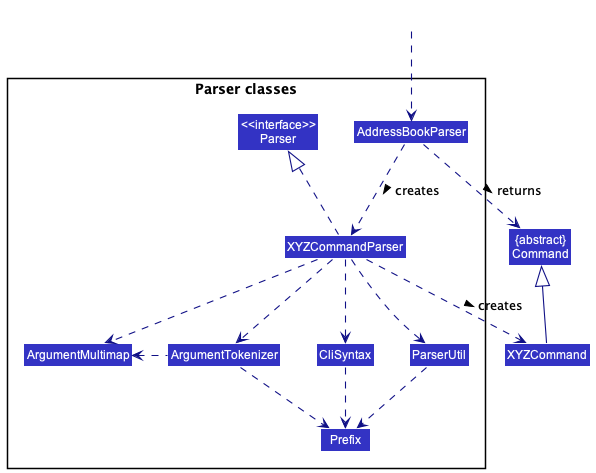
Earlier version of the PlantUML export docs/images/ParserClasses.png (nus-cs2103-AY2223S1/tp).
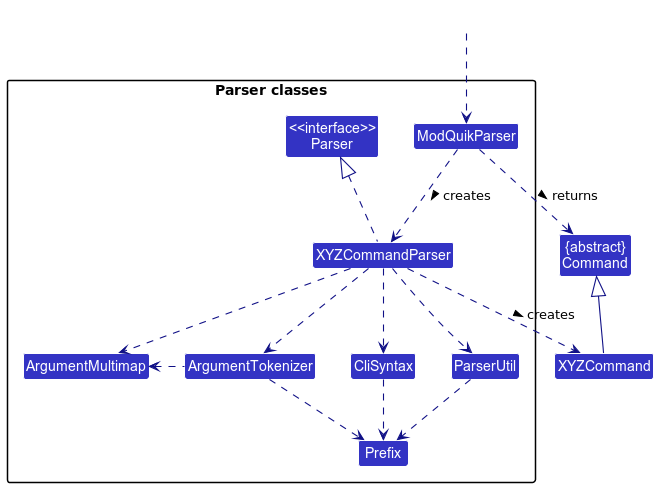
Above is the later version.

The edit, as a diff of the source:
```diff
@@ -9,7 +9,7 @@
 
 package "Parser classes"{
 Class "<<interface>>\nParser" as Parser
-Class AddressBookParser
+Class ModQuikParser
 Class XYZCommandParser
 Class CliSyntax
 Class ParserUtil
@@ -19,12 +19,12 @@
 }
 
 Class HiddenOutside #FFFFFF
-HiddenOutside ..> AddressBookParser
+HiddenOutside ..> ModQuikParser
 
-AddressBookParser .down.> XYZCommandParser: creates >
+ModQuikParser .down.> XYZCommandParser: creates >
 
 XYZCommandParser ..> XYZCommand : creates >
-AddressBookParser ..> Command : returns >
+ModQuikParser ..> Command : returns >
 XYZCommandParser .up.|> Parser
 XYZCommandParser ..> ArgumentMultimap
 XYZCommandParser ..> ArgumentTokenizer
```
